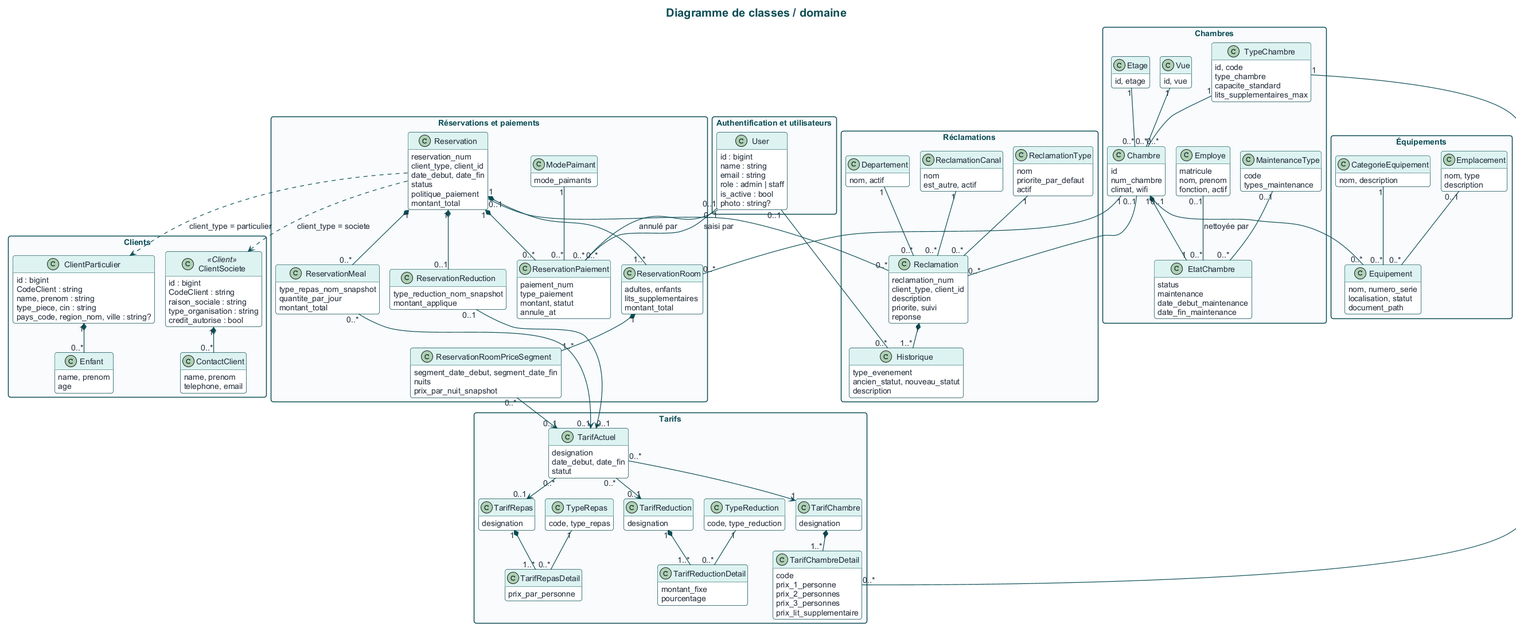
This is Restore/documentation/diagrams/png/03-domain-classes.png from Abdel-CH7/Hotel_project, a PlantUML export, as it was before one commit. Source of this version:
```plantuml
@startuml
!pragma layout smetana
!include theme.puml
hide methods
hide empty members
title Diagramme de classes / domaine

package "Authentification et utilisateurs" {
  class User {
    id : bigint
    name : string
    email : string
    role : admin | staff
    is_active : bool
    photo : string?
  }
}

package "Clients" {
  class ClientSociete <<Client>> {
    id : bigint
    CodeClient : string
    raison_sociale : string
    type_organisation : string
    credit_autorise : bool
  }
  class ClientParticulier {
    id : bigint
    CodeClient : string
    name, prenom : string
    type_piece, cin : string
    pays_code, region_nom, ville : string?
  }
  class ContactClient {
    name, prenom
    telephone, email
  }
  class Enfant {
    name, prenom
    age
  }
  ClientSociete "1" *-- "0..*" ContactClient
  ClientParticulier "1" *-- "0..*" Enfant
}

package "Chambres" {
  class Chambre {
    id
    num_chambre
    climat, wifi
  }
  class TypeChambre {
    id, code
    type_chambre
    capacite_standard
    lits_supplementaires_max
  }
  class Etage {
    id, etage
  }
  class Vue {
    id, vue
  }
  class EtatChambre {
    status
    maintenance
    date_debut_maintenance
    date_fin_maintenance
  }
  class Employe {
    matricule
    nom, prenom
    fonction, actif
  }
  class MaintenanceType {
    code
    types_maintenance
  }
  TypeChambre "1" -- "0..*" Chambre
  Etage "1" -- "0..*" Chambre
  Vue "1" -- "0..*" Chambre
  Chambre "1" *-- "1" EtatChambre
  Employe "0..1" -- "0..*" EtatChambre : nettoyée par
  MaintenanceType "0..1" -- "0..*" EtatChambre
}

package "Tarifs" {
  class TarifActuel {
    designation
    date_debut, date_fin
    statut
  }
  class TarifChambre {
    designation
  }
  class TarifChambreDetail {
    code
    prix_1_personne
    prix_2_personnes
    prix_3_personnes
    prix_lit_supplementaire
  }
  class TarifRepas {
    designation
  }
  class TarifRepasDetail {
    prix_par_personne
  }
  class TypeRepas {
    code, type_repas
  }
  class TarifReduction {
    designation
  }
  class TarifReductionDetail {
    montant_fixe
    pourcentage
  }
  class TypeReduction {
    code, type_reduction
  }
  TarifChambre "1" *-- "1..*" TarifChambreDetail
  TypeChambre "1" -- "0..*" TarifChambreDetail
  TarifRepas "1" *-- "1..*" TarifRepasDetail
  TypeRepas "1" -- "0..*" TarifRepasDetail
  TarifReduction "1" *-- "1..*" TarifReductionDetail
  TypeReduction "1" -- "0..*" TarifReductionDetail
  TarifActuel "0..*" --> "1" TarifChambre
  TarifActuel "0..*" --> "0..1" TarifRepas
  TarifActuel "0..*" --> "0..1" TarifReduction
}

package "Réservations et paiements" {
  class Reservation {
    reservation_num
    client_type, client_id
    date_debut, date_fin
    status
    politique_paiement
    montant_total
  }
  class ReservationRoom {
    adultes, enfants
    lits_supplementaires
    montant_total
  }
  class ReservationRoomPriceSegment {
    segment_date_debut, segment_date_fin
    nuits
    prix_par_nuit_snapshot
  }
  class ReservationMeal {
    type_repas_nom_snapshot
    quantite_par_jour
    montant_total
  }
  class ReservationReduction {
    type_reduction_nom_snapshot
    montant_applique
  }
  class ReservationPaiement {
    paiement_num
    type_paiement
    montant, statut
    annule_at
  }
  class ModePaimant {
    mode_paimants
  }
  Reservation "1" *-- "1..*" ReservationRoom
  Chambre "1" -- "0..*" ReservationRoom
  ReservationRoom "1" *-- "1..*" ReservationRoomPriceSegment
  Reservation "1" *-- "0..*" ReservationMeal
  Reservation "1" *-- "0..1" ReservationReduction
  Reservation "1" *-- "0..*" ReservationPaiement
  ModePaimant "1" -- "0..*" ReservationPaiement
  ReservationRoomPriceSegment "0..*" --> "0..1" TarifActuel
  ReservationMeal "0..*" --> "0..1" TarifActuel
  ReservationReduction "0..1" --> "0..1" TarifActuel
  Reservation ..> ClientSociete : client_type = societe
  Reservation ..> ClientParticulier : client_type = particulier
  User "0..1" -- "0..*" ReservationPaiement : saisi par
  User "0..1" -- "0..*" ReservationPaiement : annulé par
}

package "Réclamations" {
  class Reclamation {
    reclamation_num
    client_type, client_id
    description
    priorite, suivi
    reponse
  }
  class ReclamationType {
    nom
    priorite_par_defaut
    actif
  }
  class ReclamationCanal {
    nom
    est_autre, actif
  }
  class Departement {
    nom, actif
  }
  class Historique {
    type_evenement
    ancien_statut, nouveau_statut
    description
  }
  ReclamationType "1" -- "0..*" Reclamation
  ReclamationCanal "1" -- "0..*" Reclamation
  Departement "1" -- "0..*" Reclamation
  Reclamation "1" *-- "1..*" Historique
  Reservation "0..1" -- "0..*" Reclamation
  Chambre "0..1" -- "0..*" Reclamation
  User "0..1" -- "0..*" Historique
}

package "Équipements" {
  class Equipement {
    nom, numero_serie
    localisation, statut
    document_path
  }
  class CategorieEquipement {
    nom, description
  }
  class Emplacement {
    nom, type
    description
  }
  CategorieEquipement "1" -- "0..*" Equipement
  Chambre "0..1" -- "0..*" Equipement
  Emplacement "0..1" -- "0..*" Equipement
}
@enduml
```
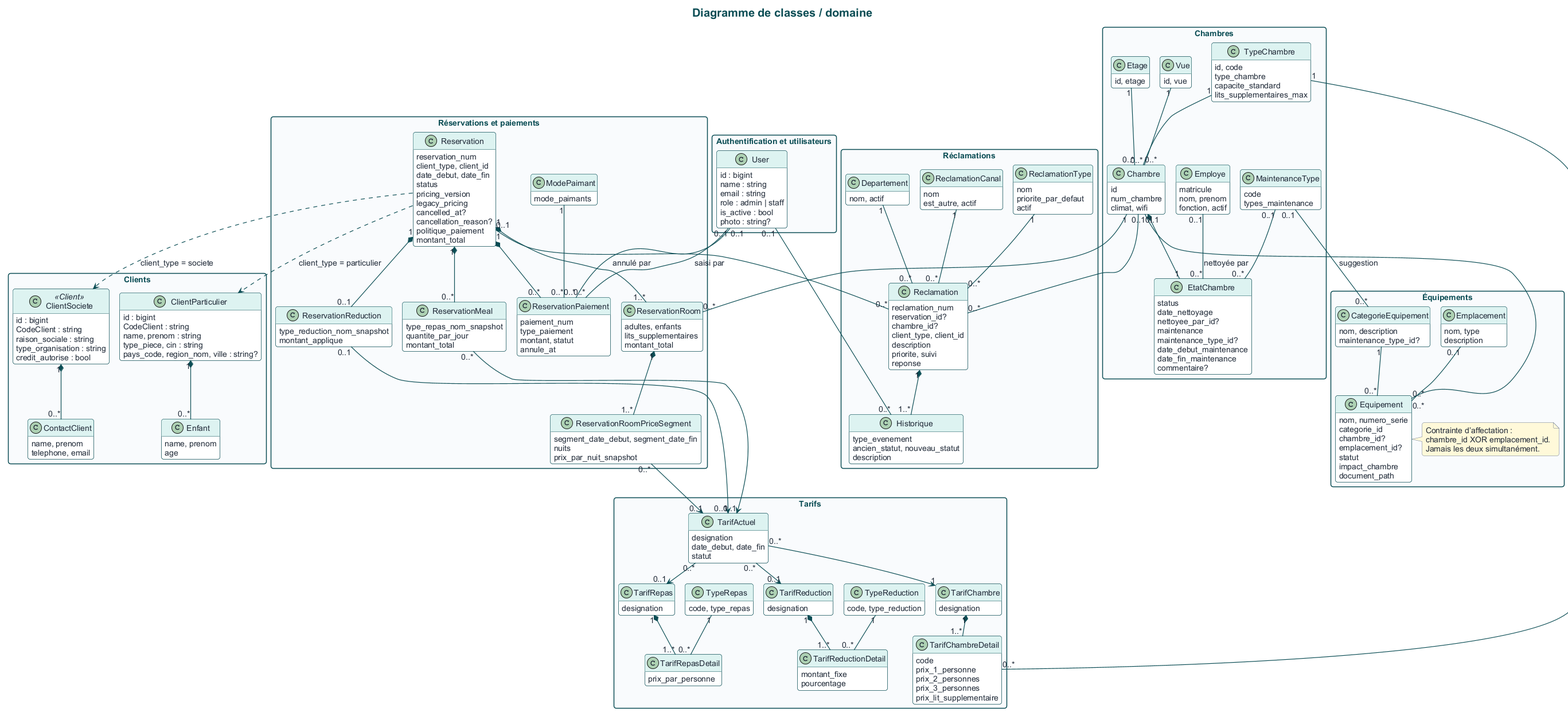
After the commit.

Diff of the diagram source:
```diff
@@ -63,9 +63,13 @@
   }
   class EtatChambre {
     status
+    date_nettoyage
+    nettoyee_par_id?
     maintenance
+    maintenance_type_id?
     date_debut_maintenance
     date_fin_maintenance
+    commentaire?
   }
   class Employe {
     matricule
@@ -136,6 +140,10 @@
     client_type, client_id
     date_debut, date_fin
     status
+    pricing_version
+    legacy_pricing
+    cancelled_at?
+    cancellation_reason?
     politique_paiement
     montant_total
   }
@@ -186,6 +194,8 @@
 package "Réclamations" {
   class Reclamation {
     reclamation_num
+    reservation_id?
+    chambre_id?
     client_type, client_id
     description
     priorite, suivi
@@ -220,11 +230,16 @@
 package "Équipements" {
   class Equipement {
     nom, numero_serie
-    localisation, statut
+    categorie_id
+    chambre_id?
+    emplacement_id?
+    statut
+    impact_chambre
     document_path
   }
   class CategorieEquipement {
     nom, description
+    maintenance_type_id?
   }
   class Emplacement {
     nom, type
@@ -233,5 +248,12 @@
   CategorieEquipement "1" -- "0..*" Equipement
   Chambre "0..1" -- "0..*" Equipement
   Emplacement "0..1" -- "0..*" Equipement
+  MaintenanceType "0..1" -- "0..*" CategorieEquipement : suggestion
+
+  note right of Equipement
+    Contrainte d’affectation :
+    chambre_id XOR emplacement_id.
+    Jamais les deux simultanément.
+  end note
 }
 @enduml
```
